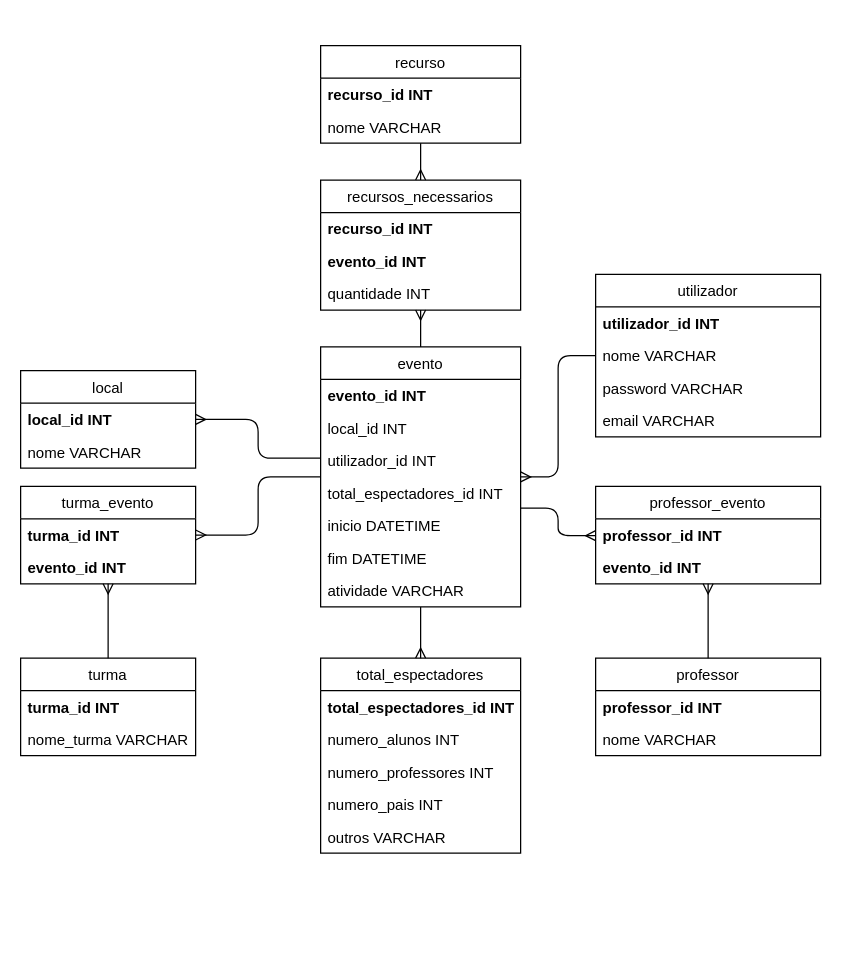
AlexJeron/PAP keeps this draw.io diagram as page "Page-2" (2 of 2) of Documentos/Base de Dados/Modelo ER.drawio. Above is the earlier version. Source tidied: cells renumbered, new cells numbered last; positions are measured from the earlier drawing's top-left corner, leaving out a move shared by most shapes. Both pictures are drawn from the tidied source at 125%, with x=0, y=0 at pixel (20, 45).
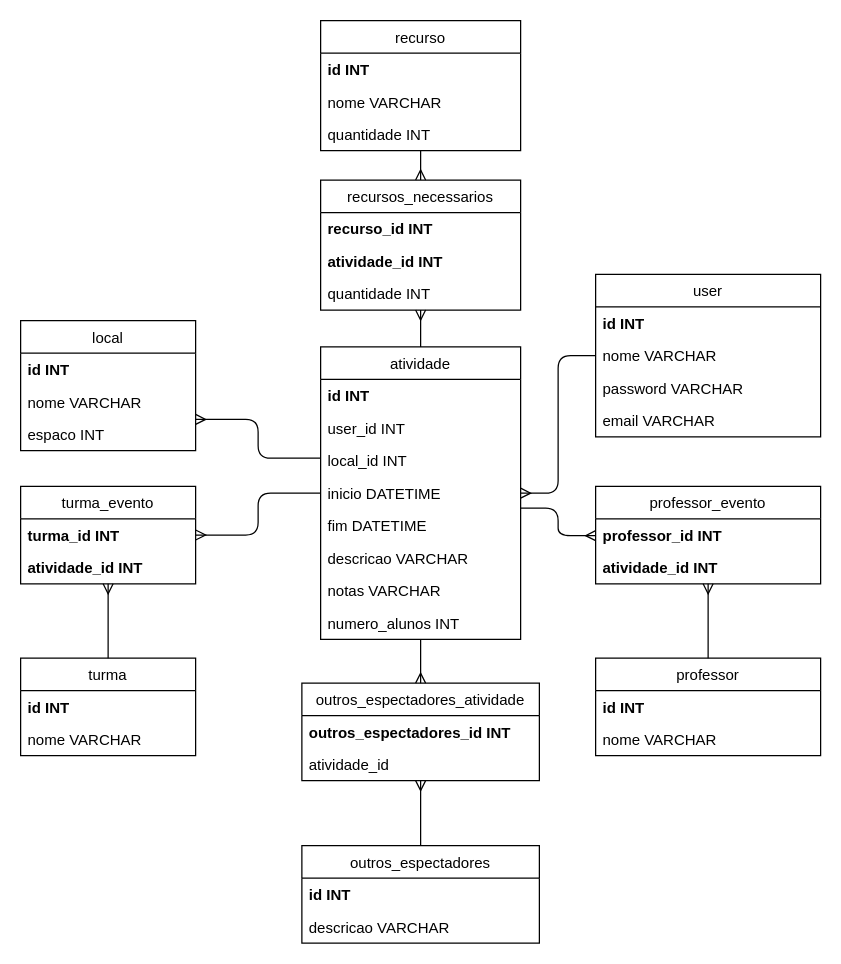
Above is the later version.

The change refers to these unchanged cells:
```xml
<mxCell id="24" value="professor_evento" style="swimlane;fontStyle=0;horizontal=1;startSize=26;fillColor=none;" parent="1" vertex="1">
  <mxGeometry x="460" y="352.5" width="180" height="78" as="geometry" />
</mxCell>
<mxCell id="28" value="professor" style="swimlane;fontStyle=0;horizontal=1;startSize=26;fillColor=none;" parent="1" vertex="1">
  <mxGeometry x="460" y="490" width="180" height="78" as="geometry" />
</mxCell>
<mxCell id="31" value="turma_evento" style="swimlane;fontStyle=0;horizontal=1;startSize=26;fillColor=none;" parent="1" vertex="1">
  <mxGeometry y="352.5" width="140" height="78" as="geometry" />
</mxCell>
<mxCell id="35" value="turma" style="swimlane;fontStyle=0;horizontal=1;startSize=26;fillColor=none;" parent="1" vertex="1">
  <mxGeometry y="490" width="140" height="78" as="geometry" />
</mxCell>
<mxCell id="38" value="recursos_necessarios" style="swimlane;fontStyle=0;horizontal=1;startSize=26;fillColor=none;" parent="1" vertex="1">
  <mxGeometry x="240" y="107.5" width="160" height="104" as="geometry" />
</mxCell>
```

Diff of the diagram source:
```diff
@@
-    <mxCell id="7" value="evento" style="swimlane;fontStyle=0;horizontal=1;startSize=26;fillColor=none;" parent="1" vertex="1">
-      <mxGeometry x="240" y="241" width="160" height="208" as="geometry" />
+    <mxCell id="7" value="atividade" style="swimlane;fontStyle=0;horizontal=1;startSize=26;fillColor=none;" parent="1" vertex="1">
+      <mxGeometry x="240" y="241" width="160" height="234" as="geometry" />
     </mxCell>
-    <mxCell id="8" value="evento_id INT" style="text;strokeColor=none;fillColor=none;align=left;verticalAlign=top;spacingLeft=4;spacingRight=4;overflow=hidden;fontStyle=1;" parent="7" vertex="1">
+    <mxCell id="8" value="id INT" style="text;strokeColor=none;fillColor=none;align=left;verticalAlign=top;spacingLeft=4;spacingRight=4;overflow=hidden;fontStyle=1;" parent="7" vertex="1">
       <mxGeometry y="26" width="160" height="26" as="geometry" />
     </mxCell>
+    <mxCell id="10" value="user_id INT" style="text;strokeColor=none;fillColor=none;align=left;verticalAlign=top;spacingLeft=4;spacingRight=4;overflow=hidden;" parent="7" vertex="1">
+      <mxGeometry y="52" width="160" height="26" as="geometry" />
+    </mxCell>
     <mxCell id="9" value="local_id INT" style="text;strokeColor=none;fillColor=none;align=left;verticalAlign=top;spacingLeft=4;spacingRight=4;overflow=hidden;" parent="7" vertex="1">
-      <mxGeometry y="52" width="160" height="26" as="geometry" />
+      <mxGeometry y="78" width="160" height="26" as="geometry" />
     </mxCell>
-    <mxCell id="10" value="utilizador_id INT" style="text;strokeColor=none;fillColor=none;align=left;verticalAlign=top;spacingLeft=4;spacingRight=4;overflow=hidden;" parent="7" vertex="1">
-      <mxGeometry y="78" width="160" height="26" as="geometry" />
-    </mxCell>
-    <mxCell id="11" value="total_espectadores_id INT" style="text;strokeColor=none;fillColor=none;align=left;verticalAlign=top;spacingLeft=4;spacingRight=4;overflow=hidden;" parent="7" vertex="1">
-      <mxGeometry y="104" width="160" height="26" as="geometry" />
-    </mxCell>
     <mxCell id="12" value="inicio DATETIME" style="text;strokeColor=none;fillColor=none;align=left;verticalAlign=top;spacingLeft=4;spacingRight=4;overflow=hidden;" parent="7" vertex="1">
-      <mxGeometry y="130" width="160" height="26" as="geometry" />
+      <mxGeometry y="104" width="160" height="26" as="geometry" />
     </mxCell>
     <mxCell id="13" value="fim DATETIME" style="text;strokeColor=none;fillColor=none;align=left;verticalAlign=top;spacingLeft=4;spacingRight=4;overflow=hidden;" parent="7" vertex="1">
-      <mxGeometry y="156" width="160" height="26" as="geometry" />
+      <mxGeometry y="130" width="160" height="26" as="geometry" />
     </mxCell>
-    <mxCell id="14" value="atividade VARCHAR" style="text;strokeColor=none;fillColor=none;align=left;verticalAlign=top;spacingLeft=4;spacingRight=4;overflow=hidden;" parent="7" vertex="1">
-      <mxGeometry y="182" width="160" height="26" as="geometry" />
-    </mxCell>
+    <mxCell id="11" value="descricao VARCHAR" style="text;strokeColor=none;fillColor=none;align=left;verticalAlign=top;spacingLeft=4;spacingRight=4;overflow=hidden;" parent="7" vertex="1">
+      <mxGeometry y="156" width="160" height="26" as="geometry" />
+    </mxCell>
+    <mxCell id="52" value="notas VARCHAR" style="text;strokeColor=none;fillColor=none;align=left;verticalAlign=top;spacingLeft=4;spacingRight=4;overflow=hidden;" parent="7" vertex="1">
+      <mxGeometry y="182" width="160" height="26" as="geometry" />
+    </mxCell>
+    <mxCell id="53" value="numero_alunos INT" style="text;strokeColor=none;fillColor=none;align=left;verticalAlign=top;spacingLeft=4;spacingRight=4;overflow=hidden;" parent="7" vertex="1">
+      <mxGeometry y="208" width="160" height="26" as="geometry" />
+    </mxCell>
     <mxCell id="15" value="local" style="swimlane;fontStyle=0;horizontal=1;startSize=26;fillColor=none;" parent="1" vertex="1">
-      <mxGeometry y="260" width="140" height="78" as="geometry" />
+      <mxGeometry y="220" width="140" height="104" as="geometry" />
     </mxCell>
-    <mxCell id="16" value="local_id INT" style="text;strokeColor=none;fillColor=none;align=left;verticalAlign=top;spacingLeft=4;spacingRight=4;overflow=hidden;fontStyle=1;" parent="15" vertex="1">
+    <mxCell id="16" value="id INT" style="text;strokeColor=none;fillColor=none;align=left;verticalAlign=top;spacingLeft=4;spacingRight=4;overflow=hidden;fontStyle=1;" parent="15" vertex="1">
       <mxGeometry y="26" width="140" height="26" as="geometry" />
     </mxCell>
@@
+    <mxCell id="54" value="espaco INT" style="text;strokeColor=none;fillColor=none;align=left;verticalAlign=top;spacingLeft=4;spacingRight=4;overflow=hidden;" parent="15" vertex="1">
+      <mxGeometry y="78" width="140" height="26" as="geometry" />
+    </mxCell>
@@
-    <mxCell id="19" value="utilizador" style="swimlane;fontStyle=0;horizontal=1;startSize=26;fillColor=none;" parent="1" vertex="1">
+    <mxCell id="19" value="user" style="swimlane;fontStyle=0;horizontal=1;startSize=26;fillColor=none;" parent="1" vertex="1">
       <mxGeometry x="460" y="183" width="180" height="130" as="geometry" />
     </mxCell>
-    <mxCell id="20" value="utilizador_id INT" style="text;strokeColor=none;fillColor=none;align=left;verticalAlign=top;spacingLeft=4;spacingRight=4;overflow=hidden;fontStyle=1;" parent="19" vertex="1">
+    <mxCell id="20" value="id INT" style="text;strokeColor=none;fillColor=none;align=left;verticalAlign=top;spacingLeft=4;spacingRight=4;overflow=hidden;fontStyle=1;" parent="19" vertex="1">
       <mxGeometry y="26" width="180" height="26" as="geometry" />
     </mxCell>
@@
-    <mxCell id="26" value="evento_id INT" style="text;strokeColor=none;fillColor=none;align=left;verticalAlign=top;spacingLeft=4;spacingRight=4;overflow=hidden;fontStyle=1;" parent="24" vertex="1">
+    <mxCell id="26" value="atividade_id INT" style="text;strokeColor=none;fillColor=none;align=left;verticalAlign=top;spacingLeft=4;spacingRight=4;overflow=hidden;fontStyle=1;" parent="24" vertex="1">
       <mxGeometry y="52" width="180" height="26" as="geometry" />
     </mxCell>
@@
-    <mxCell id="29" value="professor_id INT" style="text;strokeColor=none;fillColor=none;align=left;verticalAlign=top;spacingLeft=4;spacingRight=4;overflow=hidden;fontStyle=1;" parent="28" vertex="1">
+    <mxCell id="29" value="id INT" style="text;strokeColor=none;fillColor=none;align=left;verticalAlign=top;spacingLeft=4;spacingRight=4;overflow=hidden;fontStyle=1;" parent="28" vertex="1">
       <mxGeometry y="26" width="180" height="26" as="geometry" />
     </mxCell>
@@
-    <mxCell id="33" value="evento_id INT" style="text;strokeColor=none;fillColor=none;align=left;verticalAlign=top;spacingLeft=4;spacingRight=4;overflow=hidden;fontStyle=1;" parent="31" vertex="1">
+    <mxCell id="33" value="atividade_id INT" style="text;strokeColor=none;fillColor=none;align=left;verticalAlign=top;spacingLeft=4;spacingRight=4;overflow=hidden;fontStyle=1;" parent="31" vertex="1">
       <mxGeometry y="52" width="140" height="26" as="geometry" />
     </mxCell>
@@
-    <mxCell id="36" value="turma_id INT" style="text;strokeColor=none;fillColor=none;align=left;verticalAlign=top;spacingLeft=4;spacingRight=4;overflow=hidden;fontStyle=1;" parent="35" vertex="1">
+    <mxCell id="36" value="id INT" style="text;strokeColor=none;fillColor=none;align=left;verticalAlign=top;spacingLeft=4;spacingRight=4;overflow=hidden;fontStyle=1;" parent="35" vertex="1">
       <mxGeometry y="26" width="140" height="26" as="geometry" />
     </mxCell>
-    <mxCell id="37" value="nome_turma VARCHAR" style="text;strokeColor=none;fillColor=none;align=left;verticalAlign=top;spacingLeft=4;spacingRight=4;overflow=hidden;" parent="35" vertex="1">
+    <mxCell id="37" value="nome VARCHAR" style="text;strokeColor=none;fillColor=none;align=left;verticalAlign=top;spacingLeft=4;spacingRight=4;overflow=hidden;" parent="35" vertex="1">
       <mxGeometry y="52" width="140" height="26" as="geometry" />
     </mxCell>
@@
-    <mxCell id="40" value="evento_id INT" style="text;strokeColor=none;fillColor=none;align=left;verticalAlign=top;spacingLeft=4;spacingRight=4;overflow=hidden;fontStyle=1;" parent="38" vertex="1">
+    <mxCell id="40" value="atividade_id INT" style="text;strokeColor=none;fillColor=none;align=left;verticalAlign=top;spacingLeft=4;spacingRight=4;overflow=hidden;fontStyle=1;" parent="38" vertex="1">
       <mxGeometry y="52" width="160" height="26" as="geometry" />
     </mxCell>
@@
     <mxCell id="43" value="recurso" style="swimlane;fontStyle=0;horizontal=1;startSize=26;fillColor=none;" parent="1" vertex="1">
-      <mxGeometry x="240" width="160" height="78" as="geometry" />
+      <mxGeometry x="240" y="-20" width="160" height="104" as="geometry" />
     </mxCell>
-    <mxCell id="44" value="recurso_id INT" style="text;strokeColor=none;fillColor=none;align=left;verticalAlign=top;spacingLeft=4;spacingRight=4;overflow=hidden;fontStyle=1;" parent="43" vertex="1">
+    <mxCell id="44" value="id INT" style="text;strokeColor=none;fillColor=none;align=left;verticalAlign=top;spacingLeft=4;spacingRight=4;overflow=hidden;fontStyle=1;" parent="43" vertex="1">
       <mxGeometry y="26" width="160" height="26" as="geometry" />
     </mxCell>
@@
+    <mxCell id="55" value="quantidade INT" style="text;strokeColor=none;fillColor=none;align=left;verticalAlign=top;spacingLeft=4;spacingRight=4;overflow=hidden;" parent="43" vertex="1">
+      <mxGeometry y="78" width="160" height="26" as="geometry" />
+    </mxCell>
-    <mxCell id="46" value="total_espectadores" style="swimlane;fontStyle=0;horizontal=1;startSize=26;fillColor=none;" parent="1" vertex="1">
-      <mxGeometry x="240" y="490" width="160" height="156" as="geometry" />
+    <mxCell id="46" value="outros_espectadores_atividade" style="swimlane;fontStyle=0;horizontal=1;startSize=26;fillColor=none;" parent="1" vertex="1">
+      <mxGeometry x="225" y="510" width="190" height="78" as="geometry" />
     </mxCell>
-    <mxCell id="47" value="total_espectadores_id INT" style="text;strokeColor=none;fillColor=none;align=left;verticalAlign=top;spacingLeft=4;spacingRight=4;overflow=hidden;fontStyle=1;" parent="46" vertex="1">
-      <mxGeometry y="26" width="160" height="26" as="geometry" />
+    <mxCell id="47" value="outros_espectadores_id INT" style="text;strokeColor=none;fillColor=none;align=left;verticalAlign=top;spacingLeft=4;spacingRight=4;overflow=hidden;fontStyle=1;" parent="46" vertex="1">
+      <mxGeometry y="26" width="190" height="26" as="geometry" />
     </mxCell>
-    <mxCell id="48" value="numero_alunos INT" style="text;strokeColor=none;fillColor=none;align=left;verticalAlign=top;spacingLeft=4;spacingRight=4;overflow=hidden;fontStyle=0;" parent="46" vertex="1">
-      <mxGeometry y="52" width="160" height="26" as="geometry" />
+    <mxCell id="48" value="atividade_id" style="text;strokeColor=none;fillColor=none;align=left;verticalAlign=top;spacingLeft=4;spacingRight=4;overflow=hidden;fontStyle=0;" parent="46" vertex="1">
+      <mxGeometry y="52" width="190" height="26" as="geometry" />
     </mxCell>
-    <mxCell id="49" value="numero_professores INT" style="text;strokeColor=none;fillColor=none;align=left;verticalAlign=top;spacingLeft=4;spacingRight=4;overflow=hidden;fontStyle=0;" parent="46" vertex="1">
-      <mxGeometry y="78" width="160" height="26" as="geometry" />
-    </mxCell>
-    <mxCell id="50" value="numero_pais INT" style="text;strokeColor=none;fillColor=none;align=left;verticalAlign=top;spacingLeft=4;spacingRight=4;overflow=hidden;fontStyle=0;" parent="46" vertex="1">
-      <mxGeometry y="104" width="160" height="26" as="geometry" />
-    </mxCell>
-    <mxCell id="51" value="outros VARCHAR" style="text;strokeColor=none;fillColor=none;align=left;verticalAlign=top;spacingLeft=4;spacingRight=4;overflow=hidden;fontStyle=0;" parent="46" vertex="1">
-      <mxGeometry y="130" width="160" height="26" as="geometry" />
-    </mxCell>
+    <mxCell id="56" style="edgeStyle=orthogonalEdgeStyle;rounded=0;jettySize=auto;html=1;exitX=0.5;exitY=0;exitDx=0;exitDy=0;endArrow=ERmany;endFill=0;" parent="1" edge="1" source="57" target="46">
+      <mxGeometry relative="1" as="geometry" />
+    </mxCell>
+    <mxCell id="57" value="outros_espectadores" style="swimlane;fontStyle=0;horizontal=1;startSize=26;fillColor=none;" parent="1" vertex="1">
+      <mxGeometry x="225" y="640" width="190" height="78" as="geometry" />
+    </mxCell>
+    <mxCell id="58" value="id INT" style="text;strokeColor=none;fillColor=none;align=left;verticalAlign=top;spacingLeft=4;spacingRight=4;overflow=hidden;fontStyle=1;" parent="57" vertex="1">
+      <mxGeometry y="26" width="190" height="26" as="geometry" />
+    </mxCell>
+    <mxCell id="59" value="descricao VARCHAR" style="text;strokeColor=none;fillColor=none;align=left;verticalAlign=top;spacingLeft=4;spacingRight=4;overflow=hidden;fontStyle=0;" parent="57" vertex="1">
+      <mxGeometry y="52" width="190" height="26" as="geometry" />
+    </mxCell>
```
